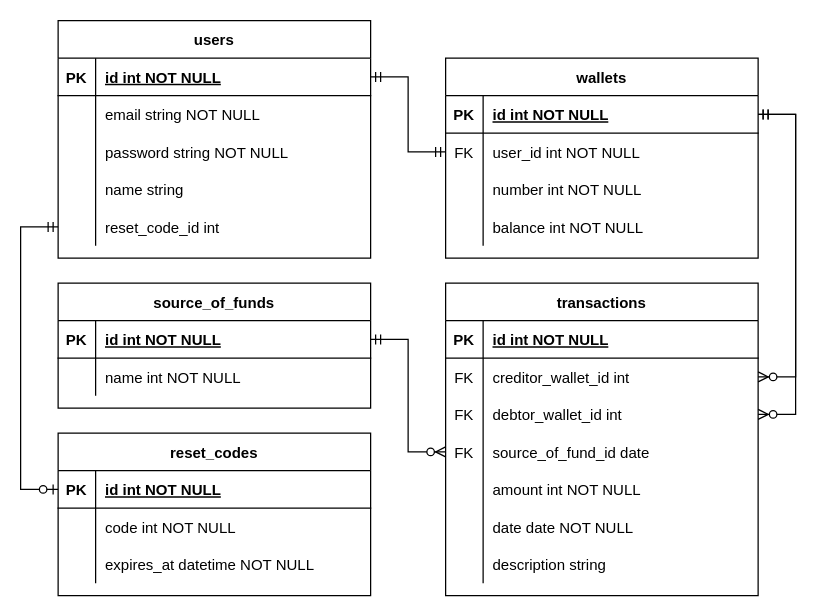
Earlier version of the draw.io diagram wallet.drawio (azmiadhani/diagramsnet). Source tidied: cells renumbered, new cells numbered last; positions are measured from the earlier drawing's top-left corner, leaving out a move shared by most shapes. Both pictures are drawn from the tidied source at 125%, with x=0, y=0 at pixel (20, 20).
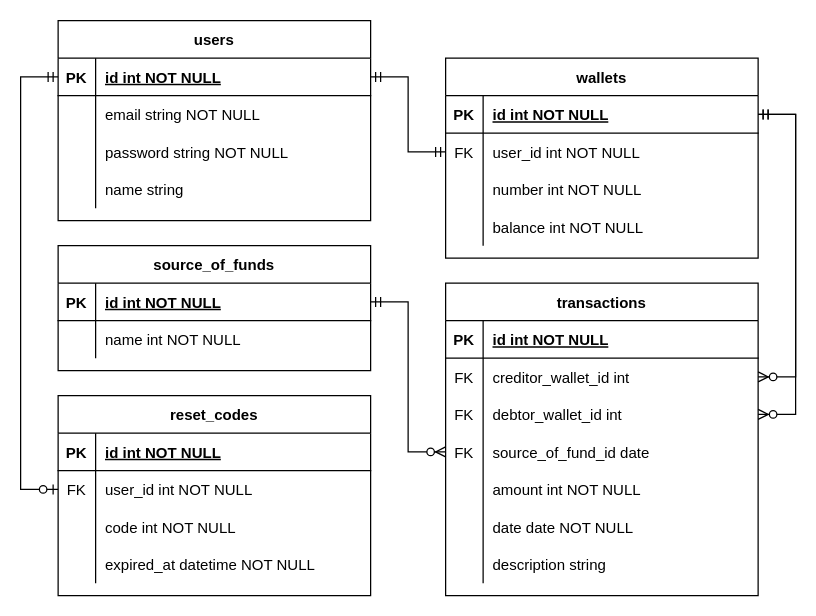
After the change.

The change refers to these unchanged cells:
```xml
<mxCell id="38" style="shape=partialRectangle;fillColor=none;points=[[0,0.5],[1,0.5]];portConstraint=eastwest;top=0;left=0;right=0;bottom=1;" parent="37" vertex="1">
  <mxGeometry y="30" width="250" height="30" as="geometry" />
</mxCell>
<mxCell id="65" style="shape=partialRectangle;fillColor=none;points=[[0,0.5],[1,0.5]];portConstraint=eastwest;top=0;left=0;right=0;bottom=1;" parent="64" vertex="1">
  <mxGeometry y="30" width="250" height="30" as="geometry" />
</mxCell>
<mxCell id="68" style="shape=partialRectangle;fillColor=none;points=[[0,0.5],[1,0.5]];portConstraint=eastwest;top=0;left=0;right=0;bottom=0;" parent="64" vertex="1">
  <mxGeometry y="60" width="250" height="30" as="geometry" />
</mxCell>
```

Change to the diagram source:
```diff
@@
     <mxCell id="37" value="users" style="shape=table;startSize=30;childLayout=tableLayout;rowLines=0;fontStyle=1;align=center;" parent="1" vertex="1">
-      <mxGeometry x="30" width="250" height="190" as="geometry" />
+      <mxGeometry x="30" width="250" height="160" as="geometry" />
     </mxCell>
@@
-    <mxCell id="50" style="shape=partialRectangle;fillColor=none;points=[[0,0.5],[1,0.5]];portConstraint=eastwest;top=0;left=0;right=0;bottom=0;" parent="37" vertex="1">
-      <mxGeometry y="150" width="250" height="30" as="geometry" />
-    </mxCell>
-    <mxCell id="51" style="shape=partialRectangle;overflow=hidden;fillColor=none;top=0;left=0;bottom=0;right=0;" parent="50" vertex="1">
-      <mxGeometry width="30" height="30" as="geometry" />
-    </mxCell>
-    <mxCell id="52" value="reset_code_id int" style="shape=partialRectangle;overflow=hidden;fillColor=none;top=0;left=0;bottom=0;right=0;align=left;spacingLeft=6;" parent="50" vertex="1">
-      <mxGeometry x="30" width="220" height="30" as="geometry" />
-    </mxCell>
@@
     <mxCell id="56" value="source_of_funds" style="shape=table;startSize=30;childLayout=tableLayout;rowLines=0;fontStyle=1;align=center;" parent="1" vertex="1">
-      <mxGeometry x="30" y="210" width="250" height="100" as="geometry" />
+      <mxGeometry x="30" y="180" width="250" height="100" as="geometry" />
     </mxCell>
@@
     <mxCell id="64" value="reset_codes" style="shape=table;startSize=30;childLayout=tableLayout;rowLines=0;fontStyle=1;align=center;" parent="1" vertex="1">
-      <mxGeometry x="30" y="330" width="250" height="130" as="geometry" />
+      <mxGeometry x="30" y="300" width="250" height="160" as="geometry" />
     </mxCell>
@@
-    <mxCell id="69" style="shape=partialRectangle;overflow=hidden;fillColor=none;top=0;left=0;bottom=0;right=0;" parent="68" vertex="1">
+    <mxCell id="69" value="FK" style="shape=partialRectangle;overflow=hidden;fillColor=none;top=0;left=0;bottom=0;right=0;" parent="68" vertex="1">
       <mxGeometry width="30" height="30" as="geometry" />
     </mxCell>
-    <mxCell id="70" value="code int NOT NULL" style="shape=partialRectangle;overflow=hidden;fillColor=none;top=0;left=0;bottom=0;right=0;align=left;spacingLeft=6;" parent="68" vertex="1">
+    <mxCell id="70" value="user_id int NOT NULL" style="shape=partialRectangle;overflow=hidden;fillColor=none;top=0;left=0;bottom=0;right=0;align=left;spacingLeft=6;" parent="68" vertex="1">
       <mxGeometry x="30" width="220" height="30" as="geometry" />
     </mxCell>
+    <mxCell id="75" style="shape=partialRectangle;fillColor=none;top=0;left=0;right=0;bottom=0;" parent="64" vertex="1">
+      <mxGeometry y="90" width="250" height="30" as="geometry" />
+    </mxCell>
+    <mxCell id="51" style="shape=partialRectangle;overflow=hidden;fillColor=none;top=0;left=0;bottom=0;right=0;" parent="75" vertex="1">
+      <mxGeometry width="30" height="30" as="geometry" />
+    </mxCell>
+    <mxCell id="76" value="code int NOT NULL" style="shape=partialRectangle;overflow=hidden;fillColor=none;top=0;left=0;bottom=0;right=0;align=left;spacingLeft=6;" parent="75" vertex="1">
+      <mxGeometry x="30" width="220" height="30" as="geometry" />
+    </mxCell>
     <mxCell id="71" style="shape=partialRectangle;fillColor=none;top=0;left=0;right=0;bottom=0;" parent="64" vertex="1">
-      <mxGeometry y="90" width="250" height="30" as="geometry" />
+      <mxGeometry y="120" width="250" height="30" as="geometry" />
     </mxCell>
@@
-    <mxCell id="73" value="expires_at datetime NOT NULL" style="shape=partialRectangle;overflow=hidden;fillColor=none;top=0;left=0;bottom=0;right=0;align=left;spacingLeft=6;" parent="71" vertex="1">
+    <mxCell id="73" value="expired_at datetime NOT NULL" style="shape=partialRectangle;overflow=hidden;fillColor=none;top=0;left=0;bottom=0;right=0;align=left;spacingLeft=6;" parent="71" vertex="1">
       <mxGeometry x="30" width="220" height="30" as="geometry" />
     </mxCell>
-    <mxCell id="74" style="edgeStyle=elbowEdgeStyle;fontSize=12;html=1;endArrow=ERzeroToOne;startArrow=ERmandOne;rounded=0;" parent="1" edge="1" source="50" target="65">
+    <mxCell id="74" style="edgeStyle=elbowEdgeStyle;fontSize=12;html=1;endArrow=ERzeroToOne;startArrow=ERmandOne;rounded=0;" parent="1" edge="1" source="38" target="68">
       <mxGeometry relative="1" as="geometry">
         <Array as="points">
           <mxPoint y="280" />
         </Array>
       </mxGeometry>
     </mxCell>
```
